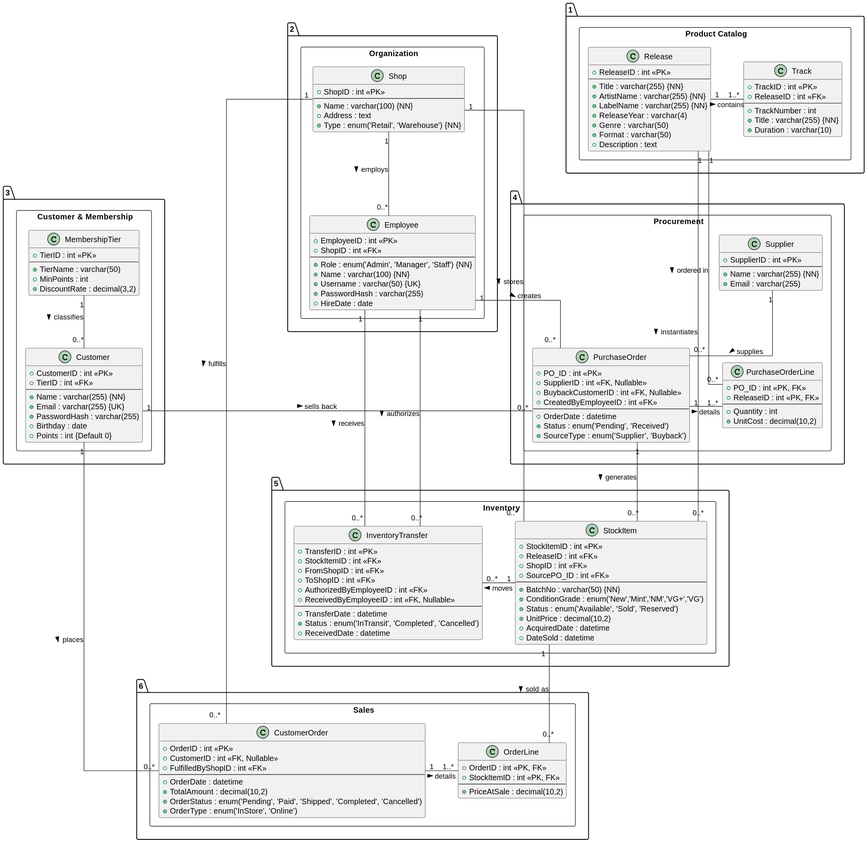
This is out/diagram/diagram.svg from HEIMA-programmer/Database, a PlantUML export, as it was before one commit. Source of this version:
```plantuml
@startuml

skinparam linetype ortho
skinparam nodesep 60
skinparam ranksep 70
hide empty members

package "1. Product Catalog" <<Rectangle>> {
    class "Release" as RELEASE {
        +ReleaseID : int <<PK>>
        --
        +Title : varchar(255) {NN}
        +ArtistName : varchar(255) {NN}
        +LabelName : varchar(255) {NN}
        +ReleaseYear : varchar(4)
        +Genre : varchar(50)
        +Format : varchar(50)
        +Description : text
    }

    class "Track" as TRACK {
        +TrackID : int <<PK>>
        +ReleaseID : int <<FK>>
        --
        +TrackNumber : int
        +Title : varchar(255) {NN}
        +Duration : varchar(10)
    }
}

package "2. Organization" <<Rectangle>> {
    class "Shop" as SHOP {
        +ShopID : int <<PK>>
        --
        +Name : varchar(100) {NN}
        +Address : text
        +Type : enum('Retail', 'Warehouse') {NN}
    }

    class "Employee" as EMPLOYEE {
        +EmployeeID : int <<PK>>
        +ShopID : int <<FK>>
        --
        +Role : enum('Admin', 'Manager', 'Staff') {NN}
        +Name : varchar(100) {NN}
        +Username : varchar(50) {UK}
        +PasswordHash : varchar(255)
        +HireDate : date
    }
}

package "3. Customer & Membership" <<Rectangle>> {
    class "MembershipTier" as TIER {
        +TierID : int <<PK>>
        --
        +TierName : varchar(50)
        +MinPoints : int
        +DiscountRate : decimal(3,2)
    }

    class "Customer" as CUSTOMER {
        +CustomerID : int <<PK>>
        +TierID : int <<FK>>
        --
        +Name : varchar(255) {NN}
        +Email : varchar(255) {UK}
        +PasswordHash : varchar(255)
        +Birthday : date
        +Points : int {Default 0}
    }
}

package "4. Procurement" <<Rectangle>> {
    class "Supplier" as SUPPLIER {
        +SupplierID : int <<PK>>
        --
        +Name : varchar(255) {NN}
        +Email : varchar(255)
    }

    class "PurchaseOrder" as PO {
        +PO_ID : int <<PK>>
        +SupplierID : int <<FK, Nullable>>
        +BuybackCustomerID : int <<FK, Nullable>>
        +CreatedByEmployeeID : int <<FK>>
        --
        +OrderDate : datetime
        +Status : enum('Pending', 'Received')
        +SourceType : enum('Supplier', 'Buyback')
    }

    class "PurchaseOrderLine" as POLINE {
        +PO_ID : int <<PK, FK>>
        +ReleaseID : int <<PK, FK>>
        --
        +Quantity : int
        +UnitCost : decimal(10,2)
    }
}

package "5. Inventory" <<Rectangle>> {
    class "StockItem" as STOCKITEM {
        +StockItemID : int <<PK>>
        +ReleaseID : int <<FK>>
        +ShopID : int <<FK>>
        +SourcePO_ID : int <<FK>>
        --
        +BatchNo : varchar(50) {NN}
        +ConditionGrade : enum('New','Mint','NM','VG+','VG')
        +Status : enum('Available', 'Sold', 'Reserved')
        +UnitPrice : decimal(10,2)
        +AcquiredDate : datetime
        +DateSold : datetime
    }

    class "InventoryTransfer" as TRANSFER {
        +TransferID : int <<PK>>
        +StockItemID : int <<FK>>
        +FromShopID : int <<FK>>
        +ToShopID : int <<FK>>
        +AuthorizedByEmployeeID : int <<FK>>
        +ReceivedByEmployeeID : int <<FK, Nullable>>
        --
        +TransferDate : datetime
        +Status : enum('InTransit', 'Completed', 'Cancelled')
        +ReceivedDate : datetime
    }
}

package "6. Sales" <<Rectangle>> {
    class "CustomerOrder" as CUSTORDER {
        +OrderID : int <<PK>>
        +CustomerID : int <<FK, Nullable>>
        +FulfilledByShopID : int <<FK>>
        --
        +OrderDate : datetime
        +TotalAmount : decimal(10,2)
        +OrderStatus : enum('Pending', 'Paid', 'Shipped', 'Completed', 'Cancelled')
        +OrderType : enum('InStore', 'Online')
    }

    class "OrderLine" as ORDERLINE {
        +OrderID : int <<PK, FK>>
        +StockItemID : int <<PK, FK>>
        --
        +PriceAtSale : decimal(10,2)
    }
}


RELEASE "1" -r- "1..*" TRACK : contains >

SHOP "1" -d- "0..*" EMPLOYEE : employs >

TIER "1" -d- "0..*" CUSTOMER : classifies >

SUPPLIER "1" -d- "0..*" PO : supplies >
PO "1" -r- "1..*" POLINE : details >
RELEASE "1" -d- "0..*" POLINE : ordered in >
EMPLOYEE "1" -- "0..*" PO : creates >
CUSTOMER "1" -- "0..*" PO : sells back >

PO "1" -d- "0..*" STOCKITEM : generates >
RELEASE "1" -- "0..*" STOCKITEM : instantiates >
SHOP "1" -- "0..*" STOCKITEM : stores >
STOCKITEM "1" -r- "0..*" TRANSFER : moves >
EMPLOYEE "1" -- "0..*" TRANSFER : authorizes >
EMPLOYEE "1" -- "0..*" TRANSFER : receives >

CUSTOMER "1" -d- "0..*" CUSTORDER : places >
SHOP "1" -- "0..*" CUSTORDER : fulfills >
CUSTORDER "1" -r- "1..*" ORDERLINE : details >
STOCKITEM "1" -d- "0..*" ORDERLINE : sold as >

RELEASE -[hidden]d- PO
PO -[hidden]d- STOCKITEM
STOCKITEM -[hidden]d- CUSTORDER
RELEASE -[hidden]r- SHOP
CUSTOMER -[hidden]r- PO
@enduml
```
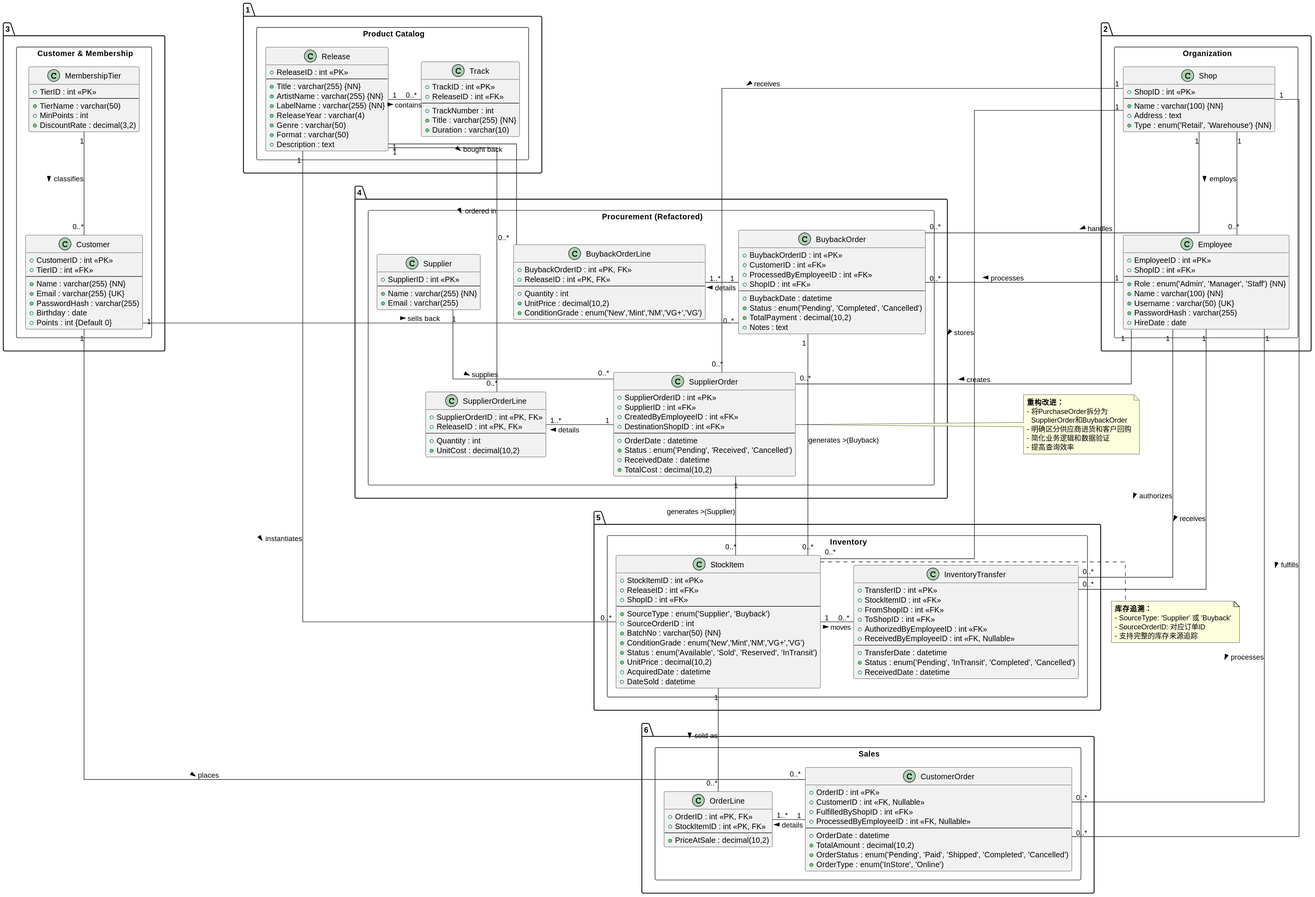
The same file after the commit.

Commit message:
更新设计图

Diff of the diagram source:
```diff
@@ -70,7 +70,7 @@
     }
 }
 
-package "4. Procurement" <<Rectangle>> {
+package "4. Procurement (Refactored)" <<Rectangle>> {
     class "Supplier" as SUPPLIER {
         +SupplierID : int <<PK>>
         --
@@ -78,23 +78,45 @@
         +Email : varchar(255)
     }
 
-    class "PurchaseOrder" as PO {
-        +PO_ID : int <<PK>>
-        +SupplierID : int <<FK, Nullable>>
-        +BuybackCustomerID : int <<FK, Nullable>>
+    class "SupplierOrder" as SUPPORDER {
+        +SupplierOrderID : int <<PK>>
+        +SupplierID : int <<FK>>
         +CreatedByEmployeeID : int <<FK>>
+        +DestinationShopID : int <<FK>>
         --
         +OrderDate : datetime
-        +Status : enum('Pending', 'Received')
-        +SourceType : enum('Supplier', 'Buyback')
+        +Status : enum('Pending', 'Received', 'Cancelled')
+        +ReceivedDate : datetime
+        +TotalCost : decimal(10,2)
     }
 
-    class "PurchaseOrderLine" as POLINE {
-        +PO_ID : int <<PK, FK>>
+    class "SupplierOrderLine" as SUPPLINE {
+        +SupplierOrderID : int <<PK, FK>>
         +ReleaseID : int <<PK, FK>>
         --
         +Quantity : int
         +UnitCost : decimal(10,2)
+    }
+
+    class "BuybackOrder" as BUYORDER {
+        +BuybackOrderID : int <<PK>>
+        +CustomerID : int <<FK>>
+        +ProcessedByEmployeeID : int <<FK>>
+        +ShopID : int <<FK>>
+        --
+        +BuybackDate : datetime
+        +Status : enum('Pending', 'Completed', 'Cancelled')
+        +TotalPayment : decimal(10,2)
+        +Notes : text
+    }
+
+    class "BuybackOrderLine" as BUYLINE {
+        +BuybackOrderID : int <<PK, FK>>
+        +ReleaseID : int <<PK, FK>>
+        --
+        +Quantity : int
+        +UnitPrice : decimal(10,2)
+        +ConditionGrade : enum('New','Mint','NM','VG+','VG')
     }
 }
 
@@ -103,11 +125,12 @@
         +StockItemID : int <<PK>>
         +ReleaseID : int <<FK>>
         +ShopID : int <<FK>>
-        +SourcePO_ID : int <<FK>>
         --
+        +SourceType : enum('Supplier', 'Buyback')
+        +SourceOrderID : int
         +BatchNo : varchar(50) {NN}
         +ConditionGrade : enum('New','Mint','NM','VG+','VG')
-        +Status : enum('Available', 'Sold', 'Reserved')
+        +Status : enum('Available', 'Sold', 'Reserved', 'InTransit')
         +UnitPrice : decimal(10,2)
         +AcquiredDate : datetime
         +DateSold : datetime
@@ -122,7 +145,7 @@
         +ReceivedByEmployeeID : int <<FK, Nullable>>
         --
         +TransferDate : datetime
-        +Status : enum('InTransit', 'Completed', 'Cancelled')
+        +Status : enum('Pending', 'InTransit', 'Completed', 'Cancelled')
         +ReceivedDate : datetime
     }
 }
@@ -132,6 +155,7 @@
         +OrderID : int <<PK>>
         +CustomerID : int <<FK, Nullable>>
         +FulfilledByShopID : int <<FK>>
+        +ProcessedByEmployeeID : int <<FK, Nullable>>
         --
         +OrderDate : datetime
         +TotalAmount : decimal(10,2)
@@ -148,33 +172,57 @@
 }
 
 
-RELEASE "1" -r- "1..*" TRACK : contains >
+RELEASE "1" -r- "0..*" TRACK : contains >
 
 SHOP "1" -d- "0..*" EMPLOYEE : employs >
 
 TIER "1" -d- "0..*" CUSTOMER : classifies >
 
-SUPPLIER "1" -d- "0..*" PO : supplies >
-PO "1" -r- "1..*" POLINE : details >
-RELEASE "1" -d- "0..*" POLINE : ordered in >
-EMPLOYEE "1" -- "0..*" PO : creates >
-CUSTOMER "1" -- "0..*" PO : sells back >
+SUPPLIER "1" -d- "0..*" SUPPORDER : supplies >
+SUPPORDER "1" -r- "1..*" SUPPLINE : details >
+RELEASE "1" -d- "0..*" SUPPLINE : ordered in >
+EMPLOYEE "1" -- "0..*" SUPPORDER : creates >
+SHOP "1" -- "0..*" SUPPORDER : receives >
 
-PO "1" -d- "0..*" STOCKITEM : generates >
+CUSTOMER "1" -d- "0..*" BUYORDER : sells back >
+BUYORDER "1" -r- "1..*" BUYLINE : details >
+RELEASE "1" -- "0..*" BUYLINE : bought back >
+EMPLOYEE "1" -- "0..*" BUYORDER : processes >
+SHOP "1" -- "0..*" BUYORDER : handles >
+
 RELEASE "1" -- "0..*" STOCKITEM : instantiates >
 SHOP "1" -- "0..*" STOCKITEM : stores >
+SUPPORDER "1" -- "0..*" STOCKITEM : generates >(Supplier)
+BUYORDER "1" -- "0..*" STOCKITEM : generates >(Buyback)
 STOCKITEM "1" -r- "0..*" TRANSFER : moves >
 EMPLOYEE "1" -- "0..*" TRANSFER : authorizes >
 EMPLOYEE "1" -- "0..*" TRANSFER : receives >
 
 CUSTOMER "1" -d- "0..*" CUSTORDER : places >
 SHOP "1" -- "0..*" CUSTORDER : fulfills >
+EMPLOYEE "1" -- "0..*" CUSTORDER : processes >
 CUSTORDER "1" -r- "1..*" ORDERLINE : details >
 STOCKITEM "1" -d- "0..*" ORDERLINE : sold as >
 
-RELEASE -[hidden]d- PO
-PO -[hidden]d- STOCKITEM
+RELEASE -[hidden]d- SUPPORDER
+SUPPORDER -[hidden]d- STOCKITEM
 STOCKITEM -[hidden]d- CUSTORDER
 RELEASE -[hidden]r- SHOP
-CUSTOMER -[hidden]r- PO
+CUSTOMER -[hidden]r- BUYORDER
+
+note right of SUPPORDER
+  <b>重构改进：</b>
+  - 将PurchaseOrder拆分为
+    SupplierOrder和BuybackOrder
+  - 明确区分供应商进货和客户回购
+  - 简化业务逻辑和数据验证
+  - 提高查询效率
+end note
+
+note right of STOCKITEM
+  <b>库存追溯：</b>
+  - SourceType: 'Supplier' 或 'Buyback'
+  - SourceOrderID: 对应订单ID
+  - 支持完整的库存来源追踪
+end note
 @enduml
```
